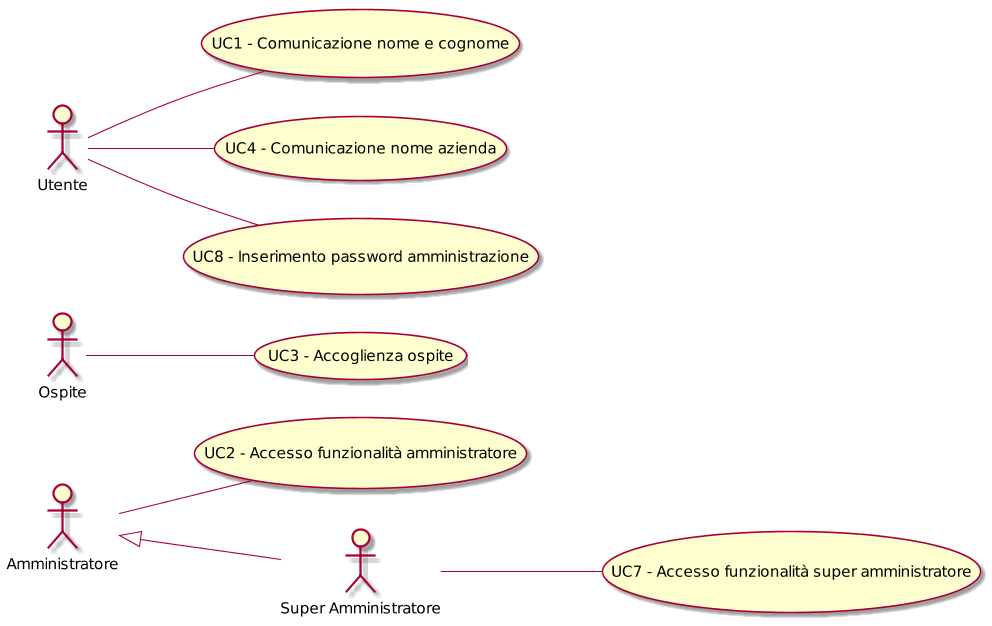
Earlier version of the PlantUML export RP/Esterni/AnalisiDeiRequisiti/images/UseCase.png (CoCodeSWE/Docs).
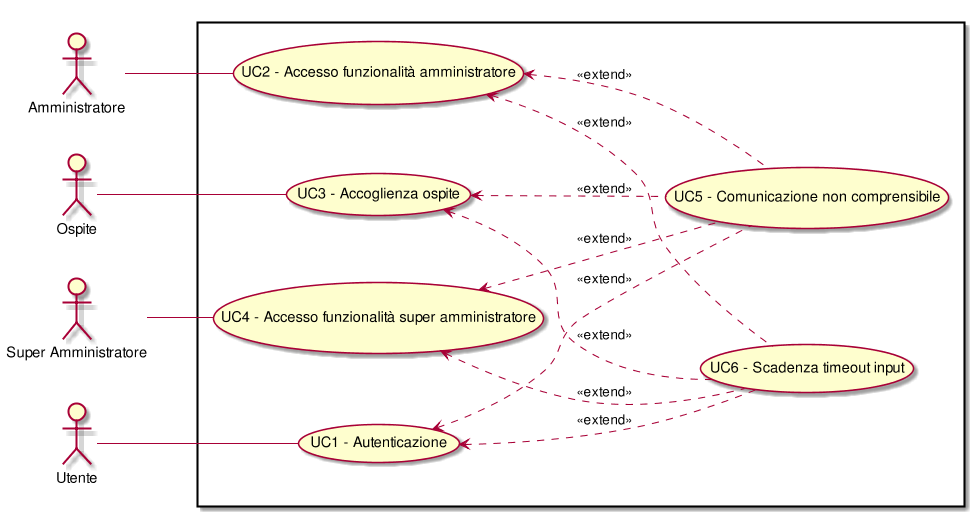
The same diagram one commit later.

Diff of the diagram source:
```diff
@@ -1,18 +1,30 @@
 @startuml
 scale 1000*1000
 left to right direction
-( UC1 - Comunicazione nome e cognome ) as (UC1)
+skinparam packageStyle rect
+:Amministratore:
+:Ospite:
+:Assistente Virtuale:
+:Super Amministratore:
+:Utente:
+rectangle {
+(UC1) <.. (UC5): <<extend>>
+(UC2) <.. (UC5): <<extend>>
+(UC3) <.. (UC5): <<extend>>
+(UC4) <.. (UC5): <<extend>>
+(UC1) <.. (UC6): <<extend>>
+(UC2) <.. (UC6): <<extend>>
+(UC3) <.. (UC6): <<extend>>
+(UC4) <.. (UC6): <<extend>>
+( UC1 - Autenticazione ) as (UC1)
 :Utente:--(UC1)
-:Membro dell'azienda:-up-(UC3)
 ( UC2 - Accesso funzionalità amministratore ) as (UC2)
 :Amministratore:--(UC2)
 ( UC3 - Accoglienza ospite ) as (UC3)
 :Ospite:--(UC3)
-( UC4 - Comunicazione nome azienda ) as (UC4)
-:Utente:--(UC4)
-( UC7 - Accesso funzionalità super amministratore ) as (UC7)
-:Super Amministratore:--(UC7)
-( UC8 - Inserimento password amministrazione ) as (UC8)
-:Utente:--(UC8)
-:Super Amministratore:-up-|>:Amministratore:
+( UC4 - Accesso funzionalità super amministratore ) as (UC4)
+:Super Amministratore:--(UC4)
+( UC5 - Comunicazione non comprensibile ) as (UC5)
+( UC6 - Scadenza timeout input ) as (UC6)
+}
 @enduml
```
